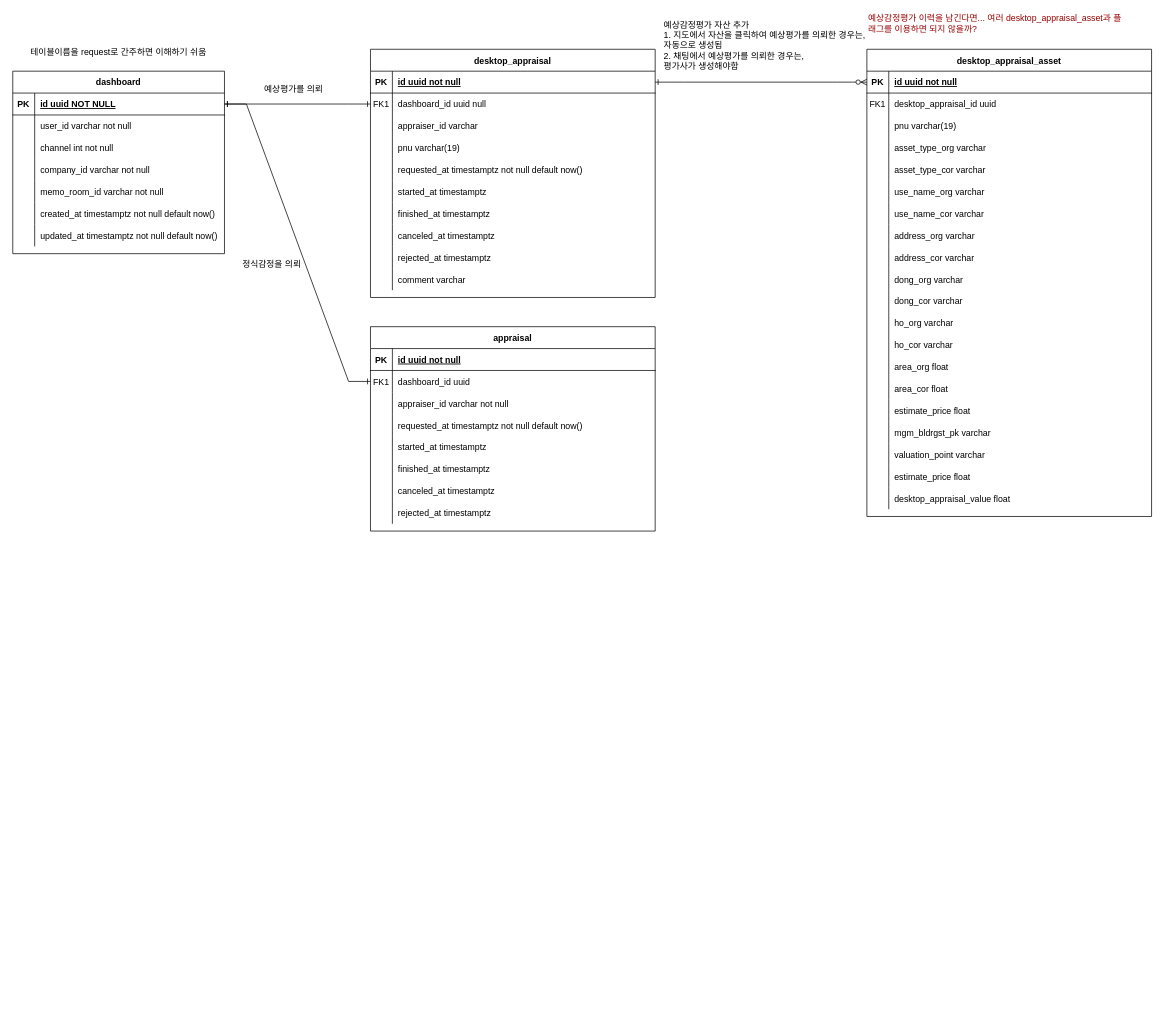
The draw.io diagram dashboard_erd.drawio in minhob38/drawio, before the edit. Source tidied: cells renumbered, new cells numbered last; positions are measured from the earlier drawing's top-left corner, leaving out a move shared by most shapes. Both pictures are drawn from the tidied source at 73%, with x=0, y=0 at pixel (12, 12).
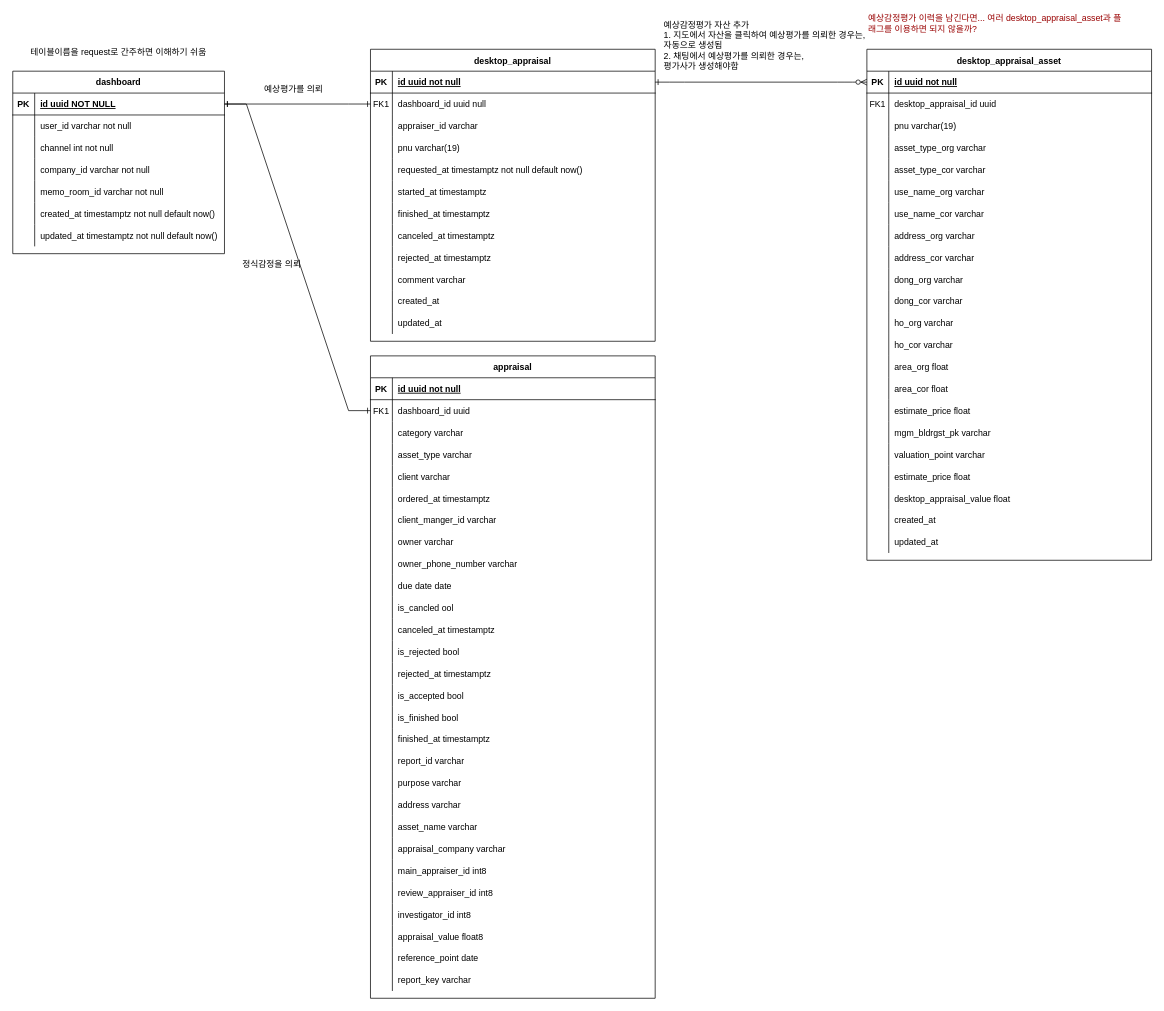
After the change.

Unchanged cells that the change refers to:
```xml
<mxCell id="125" style="shape=partialRectangle;fillColor=none;top=0;left=0;right=0;bottom=0;" parent="118" vertex="1">
  <mxGeometry y="90" width="390" height="30" as="geometry" />
</mxCell>
<mxCell id="128" style="shape=partialRectangle;fillColor=none;top=0;left=0;right=0;bottom=0;" parent="118" vertex="1">
  <mxGeometry y="120" width="390" height="30" as="geometry" />
</mxCell>
<mxCell id="131" style="shape=partialRectangle;fillColor=none;top=0;left=0;right=0;bottom=0;" parent="118" vertex="1">
  <mxGeometry y="150" width="390" height="30" as="geometry" />
</mxCell>
<mxCell id="134" style="shape=partialRectangle;fillColor=none;top=0;left=0;right=0;bottom=0;" parent="118" vertex="1">
  <mxGeometry y="180" width="390" height="30" as="geometry" />
</mxCell>
<mxCell id="137" style="shape=partialRectangle;fillColor=none;top=0;left=0;right=0;bottom=0;" parent="118" vertex="1">
  <mxGeometry y="210" width="390" height="30" as="geometry" />
</mxCell>
<mxCell id="140" style="shape=partialRectangle;fillColor=none;top=0;left=0;right=0;bottom=0;" parent="118" vertex="1">
  <mxGeometry y="240" width="390" height="30" as="geometry" />
</mxCell>
```

Change to the diagram source:
```diff
@@
     <mxCell id="3" value="desktop_appraisal" style="shape=table;startSize=30;childLayout=tableLayout;rowLines=0;fontStyle=1;align=center;" parent="1" vertex="1">
-      <mxGeometry x="490" y="50" width="390" height="340" as="geometry" />
+      <mxGeometry x="490" y="50" width="390" height="400" as="geometry" />
     </mxCell>
@@
+    <mxCell id="149" style="shape=partialRectangle;fillColor=none;top=0;left=0;right=0;bottom=0;" parent="3" vertex="1">
+      <mxGeometry y="330" width="390" height="30" as="geometry" />
+    </mxCell>
+    <mxCell id="150" style="shape=partialRectangle;overflow=hidden;fillColor=none;top=0;left=0;bottom=0;right=0;" parent="149" vertex="1">
+      <mxGeometry width="30" height="30" as="geometry" />
+    </mxCell>
+    <mxCell id="151" value="created_at" style="shape=partialRectangle;overflow=hidden;fillColor=none;top=0;left=0;bottom=0;right=0;align=left;spacingLeft=6;" parent="149" vertex="1">
+      <mxGeometry x="30" width="360" height="30" as="geometry" />
+    </mxCell>
+    <mxCell id="152" style="shape=partialRectangle;fillColor=none;top=0;left=0;right=0;bottom=0;" parent="3" vertex="1">
+      <mxGeometry y="360" width="390" height="30" as="geometry" />
+    </mxCell>
+    <mxCell id="153" style="shape=partialRectangle;overflow=hidden;fillColor=none;top=0;left=0;bottom=0;right=0;" parent="152" vertex="1">
+      <mxGeometry width="30" height="30" as="geometry" />
+    </mxCell>
+    <mxCell id="154" value="updated_at" style="shape=partialRectangle;overflow=hidden;fillColor=none;top=0;left=0;bottom=0;right=0;align=left;spacingLeft=6;" parent="152" vertex="1">
+      <mxGeometry x="30" width="360" height="30" as="geometry" />
+    </mxCell>
@@
     <mxCell id="56" value="desktop_appraisal_asset" style="shape=table;startSize=30;childLayout=tableLayout;rowLines=0;fontStyle=1;align=center;" parent="1" vertex="1">
-      <mxGeometry x="1170" y="50" width="390" height="640" as="geometry" />
+      <mxGeometry x="1170" y="50" width="390" height="700" as="geometry" />
     </mxCell>
@@
+    <mxCell id="155" style="shape=partialRectangle;fillColor=none;top=0;left=0;right=0;bottom=0;" parent="56" vertex="1">
+      <mxGeometry y="630" width="390" height="30" as="geometry" />
+    </mxCell>
+    <mxCell id="156" style="shape=partialRectangle;overflow=hidden;fillColor=none;top=0;left=0;bottom=0;right=0;" parent="155" vertex="1">
+      <mxGeometry width="30" height="30" as="geometry" />
+    </mxCell>
+    <mxCell id="157" value="created_at" style="shape=partialRectangle;overflow=hidden;fillColor=none;top=0;left=0;bottom=0;right=0;align=left;spacingLeft=6;" parent="155" vertex="1">
+      <mxGeometry x="30" width="360" height="30" as="geometry" />
+    </mxCell>
+    <mxCell id="158" style="shape=partialRectangle;fillColor=none;top=0;left=0;right=0;bottom=0;" parent="56" vertex="1">
+      <mxGeometry y="660" width="390" height="30" as="geometry" />
+    </mxCell>
+    <mxCell id="159" style="shape=partialRectangle;overflow=hidden;fillColor=none;top=0;left=0;bottom=0;right=0;" parent="158" vertex="1">
+      <mxGeometry width="30" height="30" as="geometry" />
+    </mxCell>
+    <mxCell id="160" value="updated_at" style="shape=partialRectangle;overflow=hidden;fillColor=none;top=0;left=0;bottom=0;right=0;align=left;spacingLeft=6;" parent="158" vertex="1">
+      <mxGeometry x="30" width="360" height="30" as="geometry" />
+    </mxCell>
@@
     <mxCell id="118" value="appraisal" style="shape=table;startSize=30;childLayout=tableLayout;rowLines=0;fontStyle=1;align=center;" parent="1" vertex="1">
-      <mxGeometry x="490" y="430" width="390" height="280" as="geometry" />
+      <mxGeometry x="490" y="470" width="390" height="880" as="geometry" />
     </mxCell>
@@
-    <mxCell id="127" value="appraiser_id varchar not null" style="shape=partialRectangle;overflow=hidden;fillColor=none;top=0;left=0;bottom=0;right=0;align=left;spacingLeft=6;" parent="125" vertex="1">
+    <mxCell id="127" value="category varchar" style="shape=partialRectangle;overflow=hidden;fillColor=none;top=0;left=0;bottom=0;right=0;align=left;spacingLeft=6;" parent="125" vertex="1">
       <mxGeometry x="30" width="360" height="30" as="geometry" />
     </mxCell>
@@
-    <mxCell id="130" value="requested_at timestamptz not null default now()" style="shape=partialRectangle;overflow=hidden;fillColor=none;top=0;left=0;bottom=0;right=0;align=left;spacingLeft=6;" parent="128" vertex="1">
+    <mxCell id="130" value="asset_type varchar" style="shape=partialRectangle;overflow=hidden;fillColor=none;top=0;left=0;bottom=0;right=0;align=left;spacingLeft=6;" parent="128" vertex="1">
       <mxGeometry x="30" width="360" height="30" as="geometry" />
     </mxCell>
@@
-    <mxCell id="133" value="started_at timestamptz" style="shape=partialRectangle;overflow=hidden;fillColor=none;top=0;left=0;bottom=0;right=0;align=left;spacingLeft=6;" parent="131" vertex="1">
+    <mxCell id="133" value="client varchar" style="shape=partialRectangle;overflow=hidden;fillColor=none;top=0;left=0;bottom=0;right=0;align=left;spacingLeft=6;" parent="131" vertex="1">
       <mxGeometry x="30" width="360" height="30" as="geometry" />
     </mxCell>
@@
-    <mxCell id="136" value="finished_at timestamptz" style="shape=partialRectangle;overflow=hidden;fillColor=none;top=0;left=0;bottom=0;right=0;align=left;spacingLeft=6;" parent="134" vertex="1">
+    <mxCell id="136" value="ordered_at timestamptz" style="shape=partialRectangle;overflow=hidden;fillColor=none;top=0;left=0;bottom=0;right=0;align=left;spacingLeft=6;" parent="134" vertex="1">
       <mxGeometry x="30" width="360" height="30" as="geometry" />
     </mxCell>
@@
-    <mxCell id="139" value="canceled_at timestamptz" style="shape=partialRectangle;overflow=hidden;fillColor=none;top=0;left=0;bottom=0;right=0;align=left;spacingLeft=6;" parent="137" vertex="1">
+    <mxCell id="139" value="client_manger_id varchar" style="shape=partialRectangle;overflow=hidden;fillColor=none;top=0;left=0;bottom=0;right=0;align=left;spacingLeft=6;" parent="137" vertex="1">
       <mxGeometry x="30" width="360" height="30" as="geometry" />
     </mxCell>
@@
-    <mxCell id="142" value="rejected_at timestamptz" style="shape=partialRectangle;overflow=hidden;fillColor=none;top=0;left=0;bottom=0;right=0;align=left;spacingLeft=6;" parent="140" vertex="1">
+    <mxCell id="142" value="owner varchar" style="shape=partialRectangle;overflow=hidden;fillColor=none;top=0;left=0;bottom=0;right=0;align=left;spacingLeft=6;" parent="140" vertex="1">
       <mxGeometry x="30" width="360" height="30" as="geometry" />
     </mxCell>
+    <mxCell id="161" style="shape=partialRectangle;fillColor=none;top=0;left=0;right=0;bottom=0;" parent="118" vertex="1">
+      <mxGeometry y="270" width="390" height="30" as="geometry" />
+    </mxCell>
+    <mxCell id="162" style="shape=partialRectangle;overflow=hidden;fillColor=none;top=0;left=0;bottom=0;right=0;" parent="161" vertex="1">
+      <mxGeometry width="30" height="30" as="geometry" />
+    </mxCell>
+    <mxCell id="163" value="owner_phone_number varchar" style="shape=partialRectangle;overflow=hidden;fillColor=none;top=0;left=0;bottom=0;right=0;align=left;spacingLeft=6;" parent="161" vertex="1">
+      <mxGeometry x="30" width="360" height="30" as="geometry" />
+    </mxCell>
+    <mxCell id="164" style="shape=partialRectangle;fillColor=none;top=0;left=0;right=0;bottom=0;" parent="118" vertex="1">
+      <mxGeometry y="300" width="390" height="30" as="geometry" />
+    </mxCell>
+    <mxCell id="165" style="shape=partialRectangle;overflow=hidden;fillColor=none;top=0;left=0;bottom=0;right=0;" parent="164" vertex="1">
+      <mxGeometry width="30" height="30" as="geometry" />
+    </mxCell>
+    <mxCell id="166" value="due date date" style="shape=partialRectangle;overflow=hidden;fillColor=none;top=0;left=0;bottom=0;right=0;align=left;spacingLeft=6;" parent="164" vertex="1">
+      <mxGeometry x="30" width="360" height="30" as="geometry" />
+    </mxCell>
+    <mxCell id="167" style="shape=partialRectangle;fillColor=none;top=0;left=0;right=0;bottom=0;" parent="118" vertex="1">
+      <mxGeometry y="330" width="390" height="30" as="geometry" />
+    </mxCell>
+    <mxCell id="168" style="shape=partialRectangle;overflow=hidden;fillColor=none;top=0;left=0;bottom=0;right=0;" parent="167" vertex="1">
+      <mxGeometry width="30" height="30" as="geometry" />
+    </mxCell>
+    <mxCell id="169" value="is_cancled ool" style="shape=partialRectangle;overflow=hidden;fillColor=none;top=0;left=0;bottom=0;right=0;align=left;spacingLeft=6;" parent="167" vertex="1">
+      <mxGeometry x="30" width="360" height="30" as="geometry" />
+    </mxCell>
+    <mxCell id="170" style="shape=partialRectangle;fillColor=none;top=0;left=0;right=0;bottom=0;" parent="118" vertex="1">
+      <mxGeometry y="360" width="390" height="30" as="geometry" />
+    </mxCell>
+    <mxCell id="171" style="shape=partialRectangle;overflow=hidden;fillColor=none;top=0;left=0;bottom=0;right=0;" parent="170" vertex="1">
+      <mxGeometry width="30" height="30" as="geometry" />
+    </mxCell>
+    <mxCell id="172" value="canceled_at timestamptz" style="shape=partialRectangle;overflow=hidden;fillColor=none;top=0;left=0;bottom=0;right=0;align=left;spacingLeft=6;" parent="170" vertex="1">
+      <mxGeometry x="30" width="360" height="30" as="geometry" />
+    </mxCell>
+    <mxCell id="173" style="shape=partialRectangle;fillColor=none;top=0;left=0;right=0;bottom=0;" parent="118" vertex="1">
+      <mxGeometry y="390" width="390" height="30" as="geometry" />
+    </mxCell>
+    <mxCell id="174" style="shape=partialRectangle;overflow=hidden;fillColor=none;top=0;left=0;bottom=0;right=0;" parent="173" vertex="1">
+      <mxGeometry width="30" height="30" as="geometry" />
+    </mxCell>
+    <mxCell id="175" value="is_rejected bool" style="shape=partialRectangle;overflow=hidden;fillColor=none;top=0;left=0;bottom=0;right=0;align=left;spacingLeft=6;" parent="173" vertex="1">
+      <mxGeometry x="30" width="360" height="30" as="geometry" />
+    </mxCell>
+    <mxCell id="176" style="shape=partialRectangle;fillColor=none;top=0;left=0;right=0;bottom=0;" parent="118" vertex="1">
+      <mxGeometry y="420" width="390" height="30" as="geometry" />
+    </mxCell>
+    <mxCell id="177" style="shape=partialRectangle;overflow=hidden;fillColor=none;top=0;left=0;bottom=0;right=0;" parent="176" vertex="1">
+      <mxGeometry width="30" height="30" as="geometry" />
+    </mxCell>
+    <mxCell id="178" value="rejected_at timestamptz" style="shape=partialRectangle;overflow=hidden;fillColor=none;top=0;left=0;bottom=0;right=0;align=left;spacingLeft=6;" parent="176" vertex="1">
+      <mxGeometry x="30" width="360" height="30" as="geometry" />
+    </mxCell>
+    <mxCell id="179" style="shape=partialRectangle;fillColor=none;top=0;left=0;right=0;bottom=0;" parent="118" vertex="1">
+      <mxGeometry y="450" width="390" height="30" as="geometry" />
+    </mxCell>
+    <mxCell id="180" style="shape=partialRectangle;overflow=hidden;fillColor=none;top=0;left=0;bottom=0;right=0;" parent="179" vertex="1">
+      <mxGeometry width="30" height="30" as="geometry" />
+    </mxCell>
+    <mxCell id="181" value="is_accepted bool" style="shape=partialRectangle;overflow=hidden;fillColor=none;top=0;left=0;bottom=0;right=0;align=left;spacingLeft=6;" parent="179" vertex="1">
+      <mxGeometry x="30" width="360" height="30" as="geometry" />
+    </mxCell>
+    <mxCell id="182" style="shape=partialRectangle;fillColor=none;top=0;left=0;right=0;bottom=0;" parent="118" vertex="1">
+      <mxGeometry y="480" width="390" height="30" as="geometry" />
+    </mxCell>
+    <mxCell id="183" style="shape=partialRectangle;overflow=hidden;fillColor=none;top=0;left=0;bottom=0;right=0;" parent="182" vertex="1">
+      <mxGeometry width="30" height="30" as="geometry" />
+    </mxCell>
+    <mxCell id="184" value="is_finished bool" style="shape=partialRectangle;overflow=hidden;fillColor=none;top=0;left=0;bottom=0;right=0;align=left;spacingLeft=6;" parent="182" vertex="1">
+      <mxGeometry x="30" width="360" height="30" as="geometry" />
+    </mxCell>
+    <mxCell id="185" style="shape=partialRectangle;fillColor=none;top=0;left=0;right=0;bottom=0;" parent="118" vertex="1">
+      <mxGeometry y="510" width="390" height="30" as="geometry" />
+    </mxCell>
+    <mxCell id="186" style="shape=partialRectangle;overflow=hidden;fillColor=none;top=0;left=0;bottom=0;right=0;" parent="185" vertex="1">
+      <mxGeometry width="30" height="30" as="geometry" />
+    </mxCell>
+    <mxCell id="187" value="finished_at timestamptz" style="shape=partialRectangle;overflow=hidden;fillColor=none;top=0;left=0;bottom=0;right=0;align=left;spacingLeft=6;" parent="185" vertex="1">
+      <mxGeometry x="30" width="360" height="30" as="geometry" />
+    </mxCell>
+    <mxCell id="188" style="shape=partialRectangle;fillColor=none;top=0;left=0;right=0;bottom=0;" parent="118" vertex="1">
+      <mxGeometry y="540" width="390" height="30" as="geometry" />
+    </mxCell>
+    <mxCell id="189" style="shape=partialRectangle;overflow=hidden;fillColor=none;top=0;left=0;bottom=0;right=0;" parent="188" vertex="1">
+      <mxGeometry width="30" height="30" as="geometry" />
+    </mxCell>
+    <mxCell id="190" value="report_id varchar" style="shape=partialRectangle;overflow=hidden;fillColor=none;top=0;left=0;bottom=0;right=0;align=left;spacingLeft=6;" parent="188" vertex="1">
+      <mxGeometry x="30" width="360" height="30" as="geometry" />
+    </mxCell>
+    <mxCell id="191" style="shape=partialRectangle;fillColor=none;top=0;left=0;right=0;bottom=0;" parent="118" vertex="1">
+      <mxGeometry y="570" width="390" height="30" as="geometry" />
+    </mxCell>
+    <mxCell id="192" style="shape=partialRectangle;overflow=hidden;fillColor=none;top=0;left=0;bottom=0;right=0;" parent="191" vertex="1">
+      <mxGeometry width="30" height="30" as="geometry" />
+    </mxCell>
+    <mxCell id="193" value="purpose varchar" style="shape=partialRectangle;overflow=hidden;fillColor=none;top=0;left=0;bottom=0;right=0;align=left;spacingLeft=6;" parent="191" vertex="1">
+      <mxGeometry x="30" width="360" height="30" as="geometry" />
+    </mxCell>
+    <mxCell id="194" style="shape=partialRectangle;fillColor=none;top=0;left=0;right=0;bottom=0;" parent="118" vertex="1">
+      <mxGeometry y="600" width="390" height="30" as="geometry" />
+    </mxCell>
+    <mxCell id="195" style="shape=partialRectangle;overflow=hidden;fillColor=none;top=0;left=0;bottom=0;right=0;" parent="194" vertex="1">
+      <mxGeometry width="30" height="30" as="geometry" />
+    </mxCell>
+    <mxCell id="196" value="address varchar" style="shape=partialRectangle;overflow=hidden;fillColor=none;top=0;left=0;bottom=0;right=0;align=left;spacingLeft=6;" parent="194" vertex="1">
+      <mxGeometry x="30" width="360" height="30" as="geometry" />
+    </mxCell>
+    <mxCell id="197" style="shape=partialRectangle;fillColor=none;top=0;left=0;right=0;bottom=0;" parent="118" vertex="1">
+      <mxGeometry y="630" width="390" height="30" as="geometry" />
+    </mxCell>
+    <mxCell id="198" style="shape=partialRectangle;overflow=hidden;fillColor=none;top=0;left=0;bottom=0;right=0;" parent="197" vertex="1">
+      <mxGeometry width="30" height="30" as="geometry" />
+    </mxCell>
+    <mxCell id="199" value="asset_name varchar" style="shape=partialRectangle;overflow=hidden;fillColor=none;top=0;left=0;bottom=0;right=0;align=left;spacingLeft=6;" parent="197" vertex="1">
+      <mxGeometry x="30" width="360" height="30" as="geometry" />
+    </mxCell>
+    <mxCell id="200" style="shape=partialRectangle;fillColor=none;top=0;left=0;right=0;bottom=0;" parent="118" vertex="1">
+      <mxGeometry y="660" width="390" height="30" as="geometry" />
+    </mxCell>
+    <mxCell id="201" style="shape=partialRectangle;overflow=hidden;fillColor=none;top=0;left=0;bottom=0;right=0;" parent="200" vertex="1">
+      <mxGeometry width="30" height="30" as="geometry" />
+    </mxCell>
+    <mxCell id="202" value="appraisal_company varchar" style="shape=partialRectangle;overflow=hidden;fillColor=none;top=0;left=0;bottom=0;right=0;align=left;spacingLeft=6;" parent="200" vertex="1">
+      <mxGeometry x="30" width="360" height="30" as="geometry" />
+    </mxCell>
+    <mxCell id="203" style="shape=partialRectangle;fillColor=none;top=0;left=0;right=0;bottom=0;" parent="118" vertex="1">
+      <mxGeometry y="690" width="390" height="30" as="geometry" />
+    </mxCell>
+    <mxCell id="204" style="shape=partialRectangle;overflow=hidden;fillColor=none;top=0;left=0;bottom=0;right=0;" parent="203" vertex="1">
+      <mxGeometry width="30" height="30" as="geometry" />
+    </mxCell>
+    <mxCell id="205" value="main_appraiser_id int8" style="shape=partialRectangle;overflow=hidden;fillColor=none;top=0;left=0;bottom=0;right=0;align=left;spacingLeft=6;" parent="203" vertex="1">
+      <mxGeometry x="30" width="360" height="30" as="geometry" />
+    </mxCell>
+    <mxCell id="206" style="shape=partialRectangle;fillColor=none;top=0;left=0;right=0;bottom=0;" parent="118" vertex="1">
+      <mxGeometry y="720" width="390" height="30" as="geometry" />
+    </mxCell>
+    <mxCell id="207" style="shape=partialRectangle;overflow=hidden;fillColor=none;top=0;left=0;bottom=0;right=0;" parent="206" vertex="1">
+      <mxGeometry width="30" height="30" as="geometry" />
+    </mxCell>
+    <mxCell id="208" value="review_appraiser_id int8" style="shape=partialRectangle;overflow=hidden;fillColor=none;top=0;left=0;bottom=0;right=0;align=left;spacingLeft=6;" parent="206" vertex="1">
+      <mxGeometry x="30" width="360" height="30" as="geometry" />
+    </mxCell>
+    <mxCell id="209" style="shape=partialRectangle;fillColor=none;top=0;left=0;right=0;bottom=0;" parent="118" vertex="1">
+      <mxGeometry y="750" width="390" height="30" as="geometry" />
+    </mxCell>
+    <mxCell id="210" style="shape=partialRectangle;overflow=hidden;fillColor=none;top=0;left=0;bottom=0;right=0;" parent="209" vertex="1">
+      <mxGeometry width="30" height="30" as="geometry" />
+    </mxCell>
+    <mxCell id="211" value="investigator_id int8" style="shape=partialRectangle;overflow=hidden;fillColor=none;top=0;left=0;bottom=0;right=0;align=left;spacingLeft=6;" parent="209" vertex="1">
+      <mxGeometry x="30" width="360" height="30" as="geometry" />
+    </mxCell>
+    <mxCell id="212" style="shape=partialRectangle;fillColor=none;top=0;left=0;right=0;bottom=0;" parent="118" vertex="1">
+      <mxGeometry y="780" width="390" height="30" as="geometry" />
+    </mxCell>
+    <mxCell id="213" style="shape=partialRectangle;overflow=hidden;fillColor=none;top=0;left=0;bottom=0;right=0;" parent="212" vertex="1">
+      <mxGeometry width="30" height="30" as="geometry" />
+    </mxCell>
+    <mxCell id="214" value="appraisal_value float8" style="shape=partialRectangle;overflow=hidden;fillColor=none;top=0;left=0;bottom=0;right=0;align=left;spacingLeft=6;" parent="212" vertex="1">
+      <mxGeometry x="30" width="360" height="30" as="geometry" />
+    </mxCell>
+    <mxCell id="215" style="shape=partialRectangle;fillColor=none;top=0;left=0;right=0;bottom=0;" parent="118" vertex="1">
+      <mxGeometry y="810" width="390" height="30" as="geometry" />
+    </mxCell>
+    <mxCell id="216" style="shape=partialRectangle;overflow=hidden;fillColor=none;top=0;left=0;bottom=0;right=0;" parent="215" vertex="1">
+      <mxGeometry width="30" height="30" as="geometry" />
+    </mxCell>
+    <mxCell id="217" value="reference_point date" style="shape=partialRectangle;overflow=hidden;fillColor=none;top=0;left=0;bottom=0;right=0;align=left;spacingLeft=6;" parent="215" vertex="1">
+      <mxGeometry x="30" width="360" height="30" as="geometry" />
+    </mxCell>
+    <mxCell id="218" style="shape=partialRectangle;fillColor=none;top=0;left=0;right=0;bottom=0;" parent="118" vertex="1">
+      <mxGeometry y="840" width="390" height="30" as="geometry" />
+    </mxCell>
+    <mxCell id="219" style="shape=partialRectangle;overflow=hidden;fillColor=none;top=0;left=0;bottom=0;right=0;" parent="218" vertex="1">
+      <mxGeometry width="30" height="30" as="geometry" />
+    </mxCell>
+    <mxCell id="220" value="report_key varchar" style="shape=partialRectangle;overflow=hidden;fillColor=none;top=0;left=0;bottom=0;right=0;align=left;spacingLeft=6;" parent="218" vertex="1">
+      <mxGeometry x="30" width="360" height="30" as="geometry" />
+    </mxCell>
```
